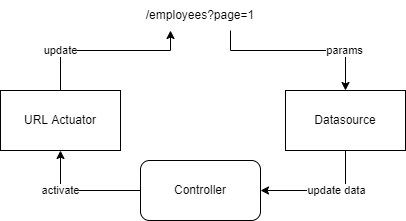
The draw.io diagram .gitbook/assets/datasource_url_flow.drawio (1).png in Bernardo-MG/development-docs-architecture, before a commit. Source tidied: cells renumbered, new cells last; positions are measured from the earlier drawing's top-left corner, leaving out a move shared by most shapes. Its diagram source:
```xml
<mxGraphModel>
  <root>
    <mxCell id="0" />
    <mxCell id="1" parent="0" />
    <mxCell id="2" value="URL Actuator" style="rounded=0;whiteSpace=wrap;html=1;" parent="1" vertex="1">
      <mxGeometry y="90" width="120" height="60" as="geometry" />
    </mxCell>
    <mxCell id="3" value="Datasource" style="rounded=0;whiteSpace=wrap;html=1;" parent="1" vertex="1">
      <mxGeometry x="285" y="90" width="120" height="60" as="geometry" />
    </mxCell>
    <mxCell id="4" value="/employees?page=1" style="text;html=1;strokeColor=none;fillColor=none;align=center;verticalAlign=middle;whiteSpace=wrap;rounded=0;" parent="1" vertex="1">
      <mxGeometry x="120" width="160" height="30" as="geometry" />
    </mxCell>
    <mxCell id="5" value="Controller" style="rounded=1;whiteSpace=wrap;html=1;" parent="1" vertex="1">
      <mxGeometry x="140" y="160" width="120" height="60" as="geometry" />
    </mxCell>
    <mxCell id="6" value="activate" style="endArrow=classic;html=1;rounded=0;edgeStyle=orthogonalEdgeStyle;entryX=0.5;entryY=1;entryDx=0;entryDy=0;" parent="1" edge="1" source="5" target="2">
      <mxGeometry x="0.33" relative="1" as="geometry" />
    </mxCell>
    <mxCell id="7" value="update" style="endArrow=classic;html=1;rounded=0;edgeStyle=orthogonalEdgeStyle;" parent="1" edge="1" source="2" target="4">
      <mxGeometry x="-0.53" relative="1" as="geometry">
        <Array as="points">
          <mxPoint x="60" y="50" />
          <mxPoint x="170" y="50" />
        </Array>
      </mxGeometry>
    </mxCell>
    <mxCell id="8" value="params" style="endArrow=classic;html=1;rounded=0;edgeStyle=orthogonalEdgeStyle;entryX=0.5;entryY=0;entryDx=0;entryDy=0;" parent="1" edge="1" source="4" target="3">
      <mxGeometry x="0.53" relative="1" as="geometry">
        <Array as="points">
          <mxPoint x="230" y="50" />
          <mxPoint x="345" y="50" />
        </Array>
      </mxGeometry>
    </mxCell>
    <mxCell id="9" value="update data" style="endArrow=classic;html=1;rounded=0;edgeStyle=orthogonalEdgeStyle;entryX=1;entryY=0.5;entryDx=0;entryDy=0;exitX=0.5;exitY=1;exitDx=0;exitDy=0;" parent="1" edge="1" source="3" target="5">
      <mxGeometry x="-0.22" relative="1" as="geometry">
        <Array as="points">
          <mxPoint x="345" y="190" />
        </Array>
      </mxGeometry>
    </mxCell>
  </root>
</mxGraphModel>
```
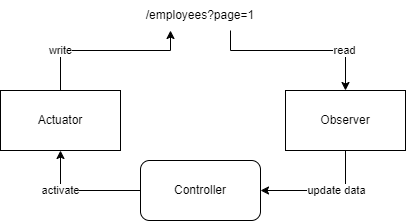
Above is the later version.

Diff of the diagram source:
```diff
@@ -2,10 +2,10 @@
   <root>
     <mxCell id="0" />
     <mxCell id="1" parent="0" />
-    <mxCell id="2" value="URL Actuator" style="rounded=0;whiteSpace=wrap;html=1;" parent="1" vertex="1">
+    <mxCell id="2" value="Actuator" style="rounded=0;whiteSpace=wrap;html=1;" parent="1" vertex="1">
       <mxGeometry y="90" width="120" height="60" as="geometry" />
     </mxCell>
-    <mxCell id="3" value="Datasource" style="rounded=0;whiteSpace=wrap;html=1;" parent="1" vertex="1">
+    <mxCell id="3" value="Observer" style="rounded=0;whiteSpace=wrap;html=1;" parent="1" vertex="1">
       <mxGeometry x="285" y="90" width="120" height="60" as="geometry" />
     </mxCell>
     <mxCell id="4" value="/employees?page=1" style="text;html=1;strokeColor=none;fillColor=none;align=center;verticalAlign=middle;whiteSpace=wrap;rounded=0;" parent="1" vertex="1">
@@ -17,7 +17,7 @@
     <mxCell id="6" value="activate" style="endArrow=classic;html=1;rounded=0;edgeStyle=orthogonalEdgeStyle;entryX=0.5;entryY=1;entryDx=0;entryDy=0;" parent="1" edge="1" source="5" target="2">
       <mxGeometry x="0.33" relative="1" as="geometry" />
     </mxCell>
-    <mxCell id="7" value="update" style="endArrow=classic;html=1;rounded=0;edgeStyle=orthogonalEdgeStyle;" parent="1" edge="1" source="2" target="4">
+    <mxCell id="7" value="write" style="endArrow=classic;html=1;rounded=0;edgeStyle=orthogonalEdgeStyle;" parent="1" edge="1" source="2" target="4">
       <mxGeometry x="-0.53" relative="1" as="geometry">
         <Array as="points">
           <mxPoint x="60" y="50" />
@@ -25,7 +25,7 @@
         </Array>
       </mxGeometry>
     </mxCell>
-    <mxCell id="8" value="params" style="endArrow=classic;html=1;rounded=0;edgeStyle=orthogonalEdgeStyle;entryX=0.5;entryY=0;entryDx=0;entryDy=0;" parent="1" edge="1" source="4" target="3">
+    <mxCell id="8" value="read" style="endArrow=classic;html=1;rounded=0;edgeStyle=orthogonalEdgeStyle;entryX=0.5;entryY=0;entryDx=0;entryDy=0;" parent="1" edge="1" source="4" target="3">
       <mxGeometry x="0.53" relative="1" as="geometry">
         <Array as="points">
           <mxPoint x="230" y="50" />
```
